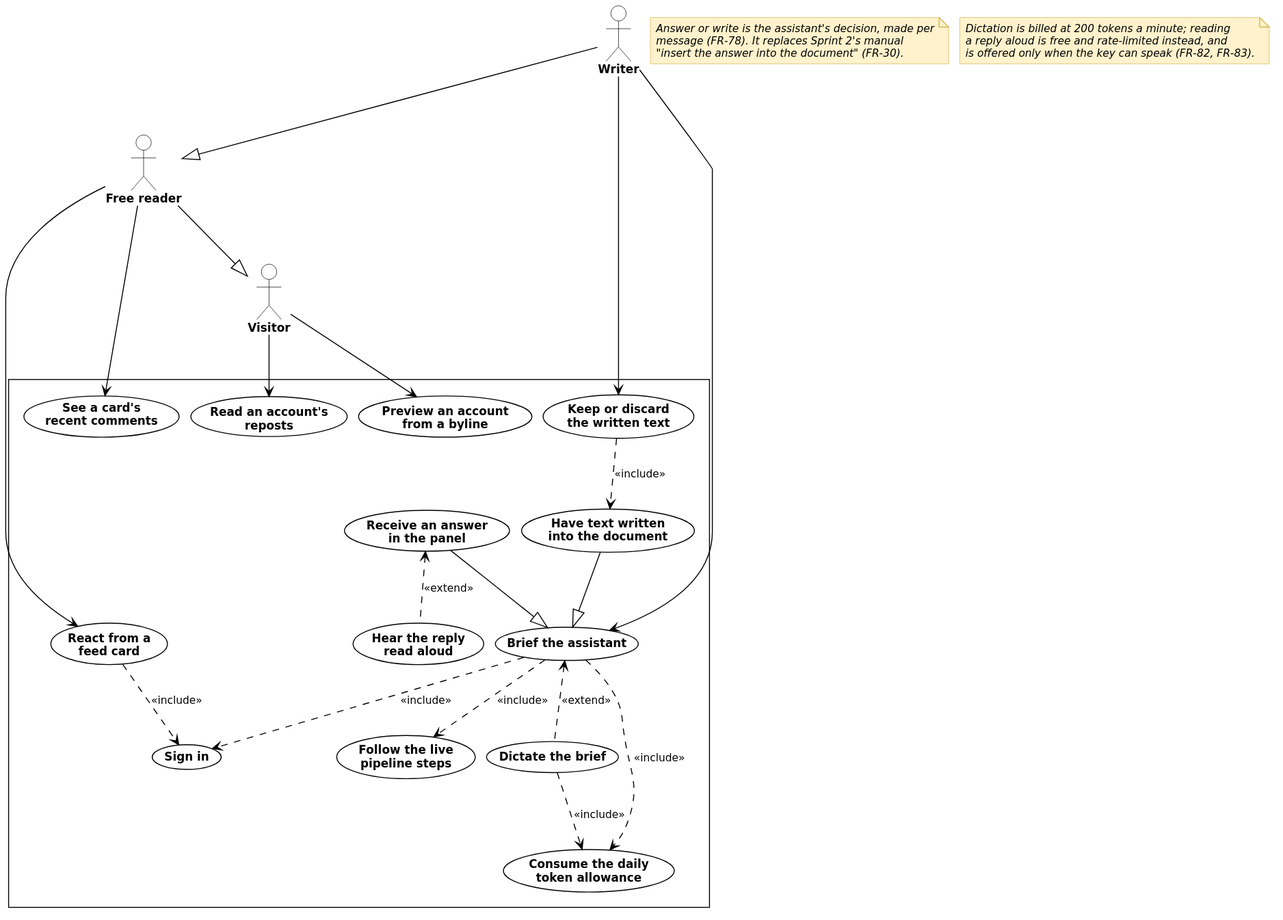
Before: diagrams/fig-7-3-use-case-sprint-8/fig-7-3-use-case-sprint-8.svg, a diagram exported from PlantUML (inkwell-dev/spec.inkwell.ai).
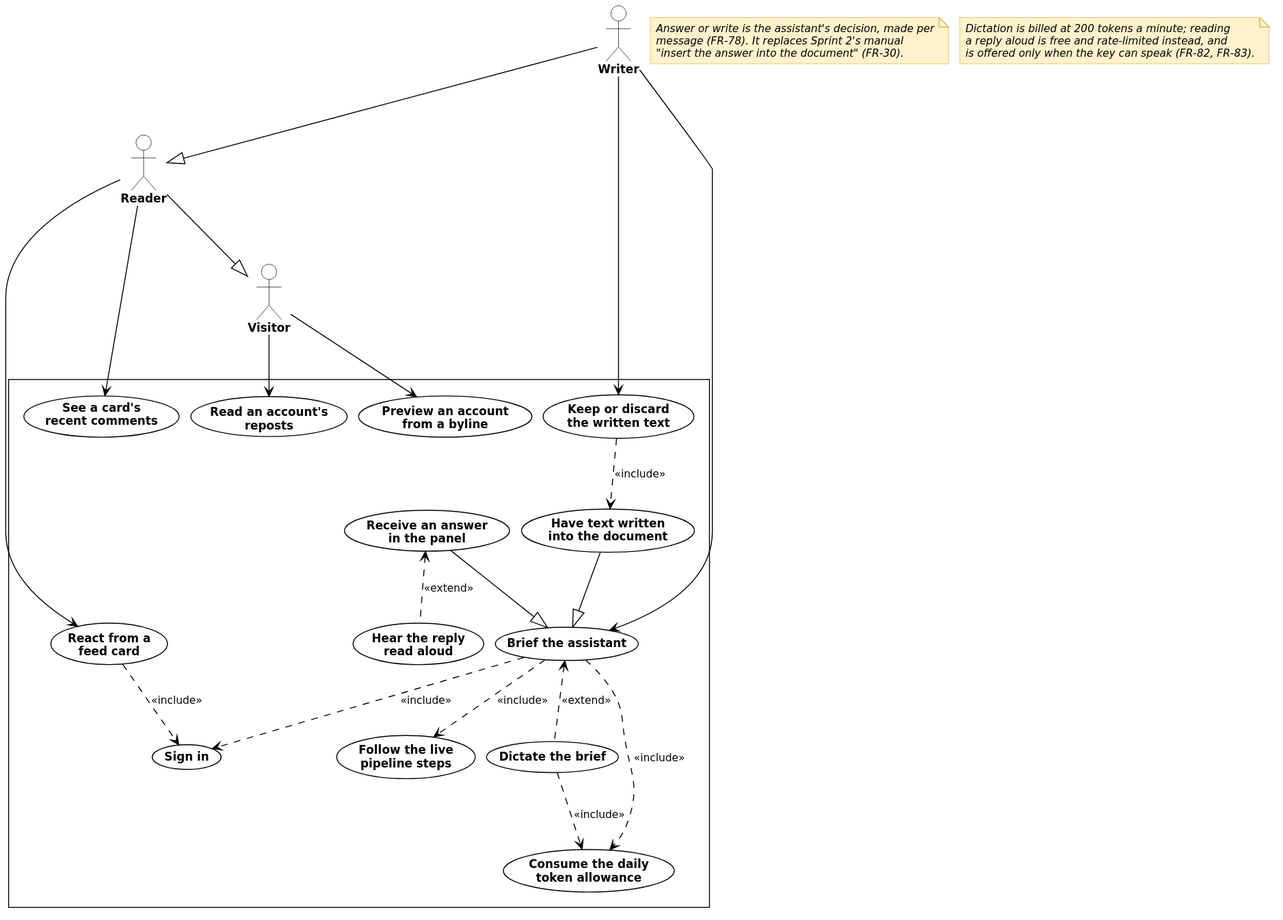
Later version of the same file.

What changed in the source:
```diff
@@ -4,7 +4,7 @@
 skinparam ranksep 60
 
 actor "Visitor" as VIS
-actor "Free reader" as LG
+actor "Reader" as LG
 actor "Writer" as R
 
 LG --|> VIS
```
